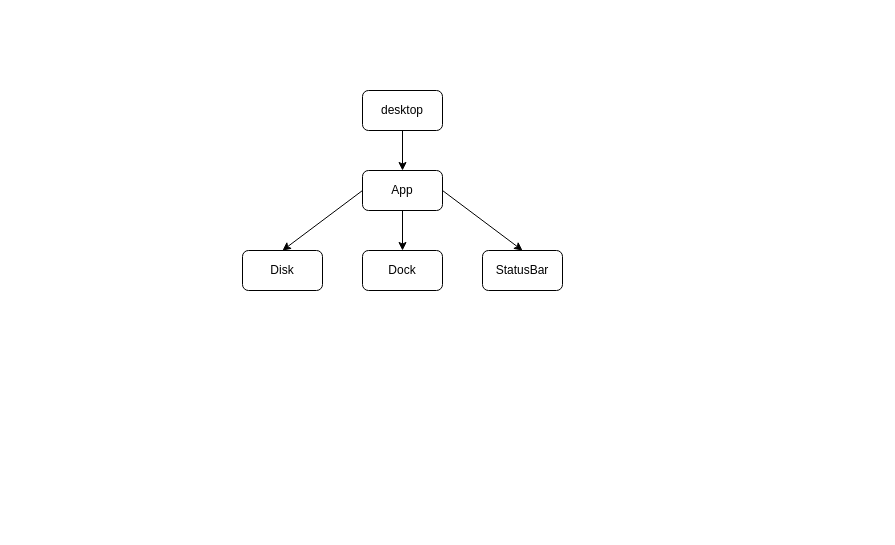
This is design.drawio from theajack/mac, a draw.io file, before an edit. Source tidied: cells renumbered, new cells numbered last; positions are measured from the earlier drawing's top-left corner, leaving out a move shared by most shapes. Both pictures are drawn from the tidied source at 100%, with x=0, y=0 at pixel (242, 90).
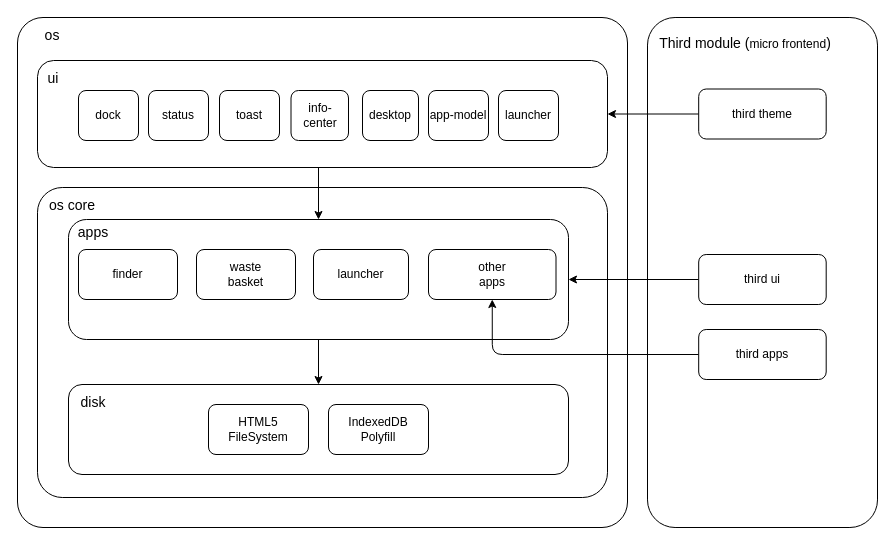
The same diagram, later.

Change to the diagram source:
```diff
@@
-    <mxCell id="2" style="edgeStyle=none;html=1;exitX=0.5;exitY=1;exitDx=0;exitDy=0;" parent="1" edge="1" source="3" target="8">
-      <mxGeometry relative="1" as="geometry" />
-    </mxCell>
+    <mxCell id="11" style="rounded=1;whiteSpace=wrap;html=1;arcSize=12;" parent="1" vertex="1">
+      <mxGeometry x="405" y="-73" width="230" height="510" as="geometry" />
+    </mxCell>
+    <mxCell id="12" style="rounded=1;whiteSpace=wrap;html=1;arcSize=5;" parent="1" vertex="1">
+      <mxGeometry x="-225" y="-73" width="610" height="510" as="geometry" />
+    </mxCell>
+    <mxCell id="13" style="rounded=1;whiteSpace=wrap;html=1;arcSize=8;" parent="1" vertex="1">
+      <mxGeometry x="-205" y="97" width="570" height="310" as="geometry" />
+    </mxCell>
+    <mxCell id="14" value="&lt;span style=&quot;font-size: 14px&quot;&gt;os&lt;/span&gt;" style="text;html=1;strokeColor=none;fillColor=none;align=center;verticalAlign=middle;whiteSpace=wrap;rounded=0;" parent="1" vertex="1">
+      <mxGeometry x="-225" y="-73" width="70" height="35" as="geometry" />
+    </mxCell>
+    <mxCell id="15" style="rounded=1;whiteSpace=wrap;html=1;" parent="1" vertex="1">
+      <mxGeometry x="-174" y="294" width="500" height="90" as="geometry" />
+    </mxCell>
+    <mxCell id="16" value="&lt;span style=&quot;font-size: 14px&quot;&gt;disk&lt;/span&gt;" style="text;html=1;strokeColor=none;fillColor=none;align=center;verticalAlign=middle;whiteSpace=wrap;rounded=0;" parent="1" vertex="1">
+      <mxGeometry x="-174" y="294" width="50" height="35" as="geometry" />
+    </mxCell>
+    <mxCell id="17" style="edgeStyle=none;html=1;exitX=0.5;exitY=1;exitDx=0;exitDy=0;entryX=0.5;entryY=0;entryDx=0;entryDy=0;fontSize=14;" parent="1" edge="1" source="18" target="15">
+      <mxGeometry relative="1" as="geometry" />
+    </mxCell>
+    <mxCell id="18" style="rounded=1;whiteSpace=wrap;html=1;" parent="1" vertex="1">
+      <mxGeometry x="-174" y="129" width="500" height="120" as="geometry" />
+    </mxCell>
+    <mxCell id="19" style="edgeStyle=none;html=1;" parent="1" edge="1" target="18">
+      <mxGeometry relative="1" as="geometry">
+        <mxPoint x="76" y="77" as="sourcePoint" />
+      </mxGeometry>
+    </mxCell>
+    <mxCell id="20" style="rounded=1;whiteSpace=wrap;html=1;" parent="1" vertex="1">
+      <mxGeometry x="-205" y="-30" width="570" height="107" as="geometry" />
+    </mxCell>
+    <mxCell id="21" value="&lt;font style=&quot;font-size: 14px&quot;&gt;ui&lt;/font&gt;" style="text;html=1;strokeColor=none;fillColor=none;align=center;verticalAlign=middle;whiteSpace=wrap;rounded=0;" parent="1" vertex="1">
+      <mxGeometry x="-204" y="-30" width="30" height="35" as="geometry" />
+    </mxCell>
+    <mxCell id="22" value="dock" style="rounded=1;whiteSpace=wrap;html=1;" parent="1" vertex="1">
+      <mxGeometry x="-164" width="60" height="50" as="geometry" />
+    </mxCell>
+    <mxCell id="23" value="status" style="rounded=1;whiteSpace=wrap;html=1;" parent="1" vertex="1">
+      <mxGeometry x="-94" width="60" height="50" as="geometry" />
+    </mxCell>
+    <mxCell id="24" value="toast" style="rounded=1;whiteSpace=wrap;html=1;" parent="1" vertex="1">
+      <mxGeometry x="-23" width="60" height="50" as="geometry" />
+    </mxCell>
+    <mxCell id="25" value="info-center" style="rounded=1;whiteSpace=wrap;html=1;" parent="1" vertex="1">
+      <mxGeometry x="48.5" width="57.5" height="50" as="geometry" />
+    </mxCell>
+    <mxCell id="26" value="app-model" style="rounded=1;whiteSpace=wrap;html=1;" parent="1" vertex="1">
+      <mxGeometry x="186" width="60" height="50" as="geometry" />
+    </mxCell>
     <mxCell id="3" value="desktop" style="rounded=1;whiteSpace=wrap;html=1;" parent="1" vertex="1">
-      <mxGeometry x="120" width="80" height="40" as="geometry" />
+      <mxGeometry x="120" width="56" height="50" as="geometry" />
     </mxCell>
-    <mxCell id="4" value="Disk" style="rounded=1;whiteSpace=wrap;html=1;" parent="1" vertex="1">
-      <mxGeometry y="160" width="80" height="40" as="geometry" />
-    </mxCell>
-    <mxCell id="5" style="edgeStyle=none;html=1;exitX=0.5;exitY=1;exitDx=0;exitDy=0;entryX=0.5;entryY=0;entryDx=0;entryDy=0;" parent="1" edge="1" source="8" target="9">
-      <mxGeometry relative="1" as="geometry" />
-    </mxCell>
-    <mxCell id="6" style="edgeStyle=none;html=1;exitX=0;exitY=0.5;exitDx=0;exitDy=0;entryX=0.5;entryY=0;entryDx=0;entryDy=0;" parent="1" edge="1" source="8" target="4">
-      <mxGeometry relative="1" as="geometry" />
-    </mxCell>
-    <mxCell id="7" style="edgeStyle=none;html=1;exitX=1;exitY=0.5;exitDx=0;exitDy=0;entryX=0.5;entryY=0;entryDx=0;entryDy=0;" parent="1" edge="1" source="8" target="10">
-      <mxGeometry relative="1" as="geometry" />
-    </mxCell>
-    <mxCell id="8" value="App" style="rounded=1;whiteSpace=wrap;html=1;" parent="1" vertex="1">
-      <mxGeometry x="120" y="80" width="80" height="40" as="geometry" />
-    </mxCell>
-    <mxCell id="9" value="Dock" style="rounded=1;whiteSpace=wrap;html=1;" parent="1" vertex="1">
-      <mxGeometry x="120" y="160" width="80" height="40" as="geometry" />
-    </mxCell>
-    <mxCell id="10" value="StatusBar" style="rounded=1;whiteSpace=wrap;html=1;" parent="1" vertex="1">
-      <mxGeometry x="240" y="160" width="80" height="40" as="geometry" />
-    </mxCell>
+    <mxCell id="27" value="launcher" style="rounded=1;whiteSpace=wrap;html=1;" parent="1" vertex="1">
+      <mxGeometry x="256" width="60" height="50" as="geometry" />
+    </mxCell>
+    <mxCell id="28" value="&lt;span style=&quot;font-size: 14px&quot;&gt;apps&lt;/span&gt;" style="text;html=1;strokeColor=none;fillColor=none;align=center;verticalAlign=middle;whiteSpace=wrap;rounded=0;" parent="1" vertex="1">
+      <mxGeometry x="-174" y="124" width="50" height="35" as="geometry" />
+    </mxCell>
+    <mxCell id="29" value="finder" style="rounded=1;whiteSpace=wrap;html=1;" parent="1" vertex="1">
+      <mxGeometry x="-164" y="159" width="99" height="50" as="geometry" />
+    </mxCell>
+    <mxCell id="30" value="waste&lt;br&gt;basket" style="rounded=1;whiteSpace=wrap;html=1;" parent="1" vertex="1">
+      <mxGeometry x="-46" y="159" width="99" height="50" as="geometry" />
+    </mxCell>
+    <mxCell id="31" value="launcher" style="rounded=1;whiteSpace=wrap;html=1;" parent="1" vertex="1">
+      <mxGeometry x="71" y="159" width="95" height="50" as="geometry" />
+    </mxCell>
+    <mxCell id="32" value="other&lt;br&gt;apps" style="rounded=1;whiteSpace=wrap;html=1;" parent="1" vertex="1">
+      <mxGeometry x="186" y="159" width="127.5" height="50" as="geometry" />
+    </mxCell>
+    <mxCell id="33" style="edgeStyle=none;html=1;exitX=0;exitY=0.5;exitDx=0;exitDy=0;fontSize=14;entryX=1;entryY=0.5;entryDx=0;entryDy=0;" parent="1" edge="1" source="38" target="18">
+      <mxGeometry relative="1" as="geometry" />
+    </mxCell>
+    <mxCell id="34" style="edgeStyle=orthogonalEdgeStyle;html=1;exitX=0;exitY=0.5;exitDx=0;exitDy=0;entryX=0.5;entryY=1;entryDx=0;entryDy=0;" parent="1" edge="1" source="35" target="32">
+      <mxGeometry relative="1" as="geometry" />
+    </mxCell>
+    <mxCell id="35" value="&lt;span&gt;third&amp;nbsp;&lt;/span&gt;&lt;span&gt;apps&lt;/span&gt;" style="rounded=1;whiteSpace=wrap;html=1;" parent="1" vertex="1">
+      <mxGeometry x="456.2" y="239" width="127.5" height="50" as="geometry" />
+    </mxCell>
+    <mxCell id="36" value="HTML5&lt;br&gt;FileSystem" style="rounded=1;whiteSpace=wrap;html=1;" parent="1" vertex="1">
+      <mxGeometry x="-34" y="314" width="100" height="50" as="geometry" />
+    </mxCell>
+    <mxCell id="37" value="IndexedDB&lt;br&gt;Polyfill" style="rounded=1;whiteSpace=wrap;html=1;" parent="1" vertex="1">
+      <mxGeometry x="86" y="314" width="100" height="50" as="geometry" />
+    </mxCell>
+    <mxCell id="38" value="third ui" style="rounded=1;whiteSpace=wrap;html=1;" parent="1" vertex="1">
+      <mxGeometry x="456.2" y="164" width="127.5" height="50" as="geometry" />
+    </mxCell>
+    <mxCell id="39" value="&lt;span style=&quot;font-size: 14px&quot;&gt;os core&lt;/span&gt;" style="text;html=1;strokeColor=none;fillColor=none;align=center;verticalAlign=middle;whiteSpace=wrap;rounded=0;" parent="1" vertex="1">
+      <mxGeometry x="-205" y="97" width="70" height="35" as="geometry" />
+    </mxCell>
+    <mxCell id="40" value="&lt;span style=&quot;font-size: 14px&quot;&gt;Third module (&lt;/span&gt;micro frontend&lt;span style=&quot;font-size: 14px&quot;&gt;)&lt;/span&gt;" style="text;html=1;strokeColor=none;fillColor=none;align=center;verticalAlign=middle;whiteSpace=wrap;rounded=0;" parent="1" vertex="1">
+      <mxGeometry x="408" y="-65" width="190" height="35" as="geometry" />
+    </mxCell>
+    <mxCell id="41" style="edgeStyle=none;html=1;exitX=0;exitY=0.5;exitDx=0;exitDy=0;entryX=1;entryY=0.5;entryDx=0;entryDy=0;" parent="1" edge="1" source="42" target="20">
+      <mxGeometry relative="1" as="geometry" />
+    </mxCell>
+    <mxCell id="42" value="third theme" style="rounded=1;whiteSpace=wrap;html=1;" parent="1" vertex="1">
+      <mxGeometry x="456.2" y="-1.5" width="127.5" height="50" as="geometry" />
+    </mxCell>
```
